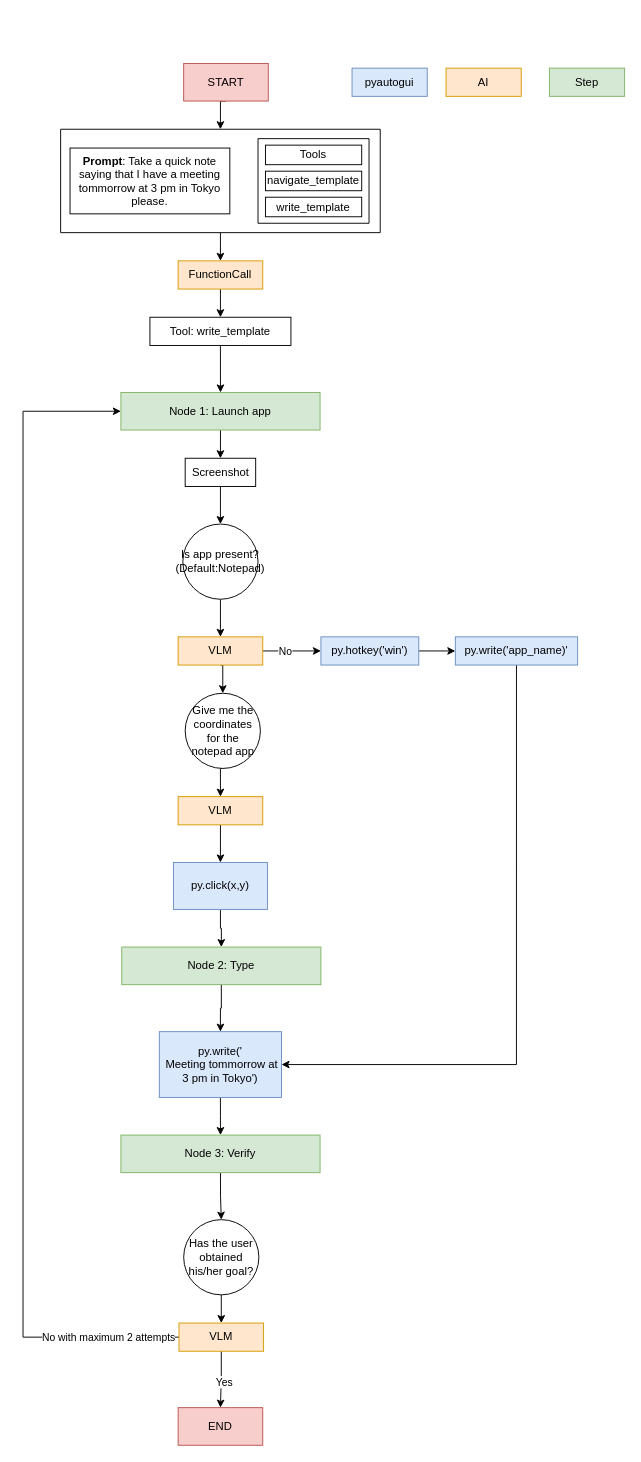
The draw.io diagram Workflows/write_template.drawio in gontorrs/autopilot, before the edit. Source tidied: cells renumbered, new cells numbered last; positions are measured from the earlier drawing's top-left corner, leaving out a move shared by most shapes. Both pictures are drawn from the tidied source at 94%, with x=0, y=0 at pixel (23, 63).
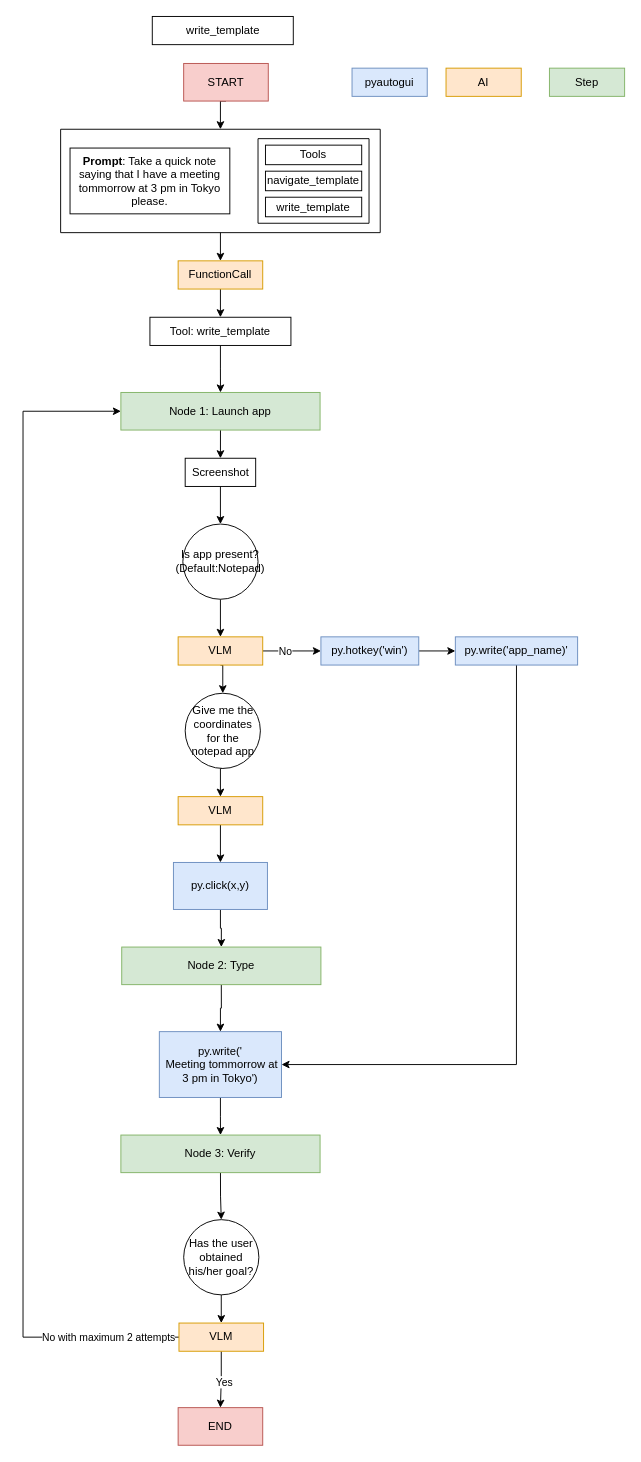
The same page after the edit.

The edit, as a diff of the source:
```diff
@@
+    <mxCell id="54" value="write_template" style="rounded=0;whiteSpace=wrap;html=1;" parent="1" vertex="1">
+      <mxGeometry x="137.5" y="-50" width="150" height="30" as="geometry" />
+    </mxCell>
```
